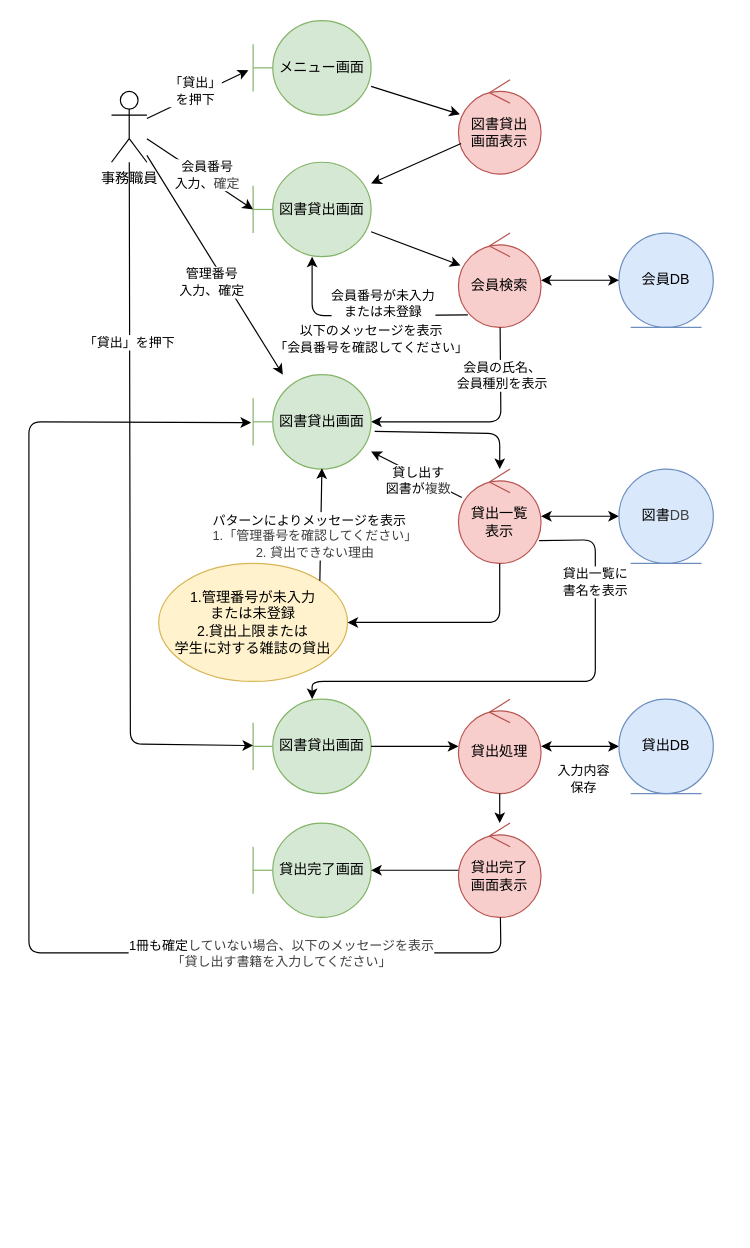
Earlier version of the draw.io diagram kouka2/analysis_rent.drawio (FujikawaHirono0520/group3_1_dogdog). Source tidied: cells renumbered, new cells numbered last; positions are measured from the earlier drawing's top-left corner, leaving out a move shared by most shapes. Both pictures are drawn from the tidied source at 118%, with x=0, y=0 at pixel (28, 20).
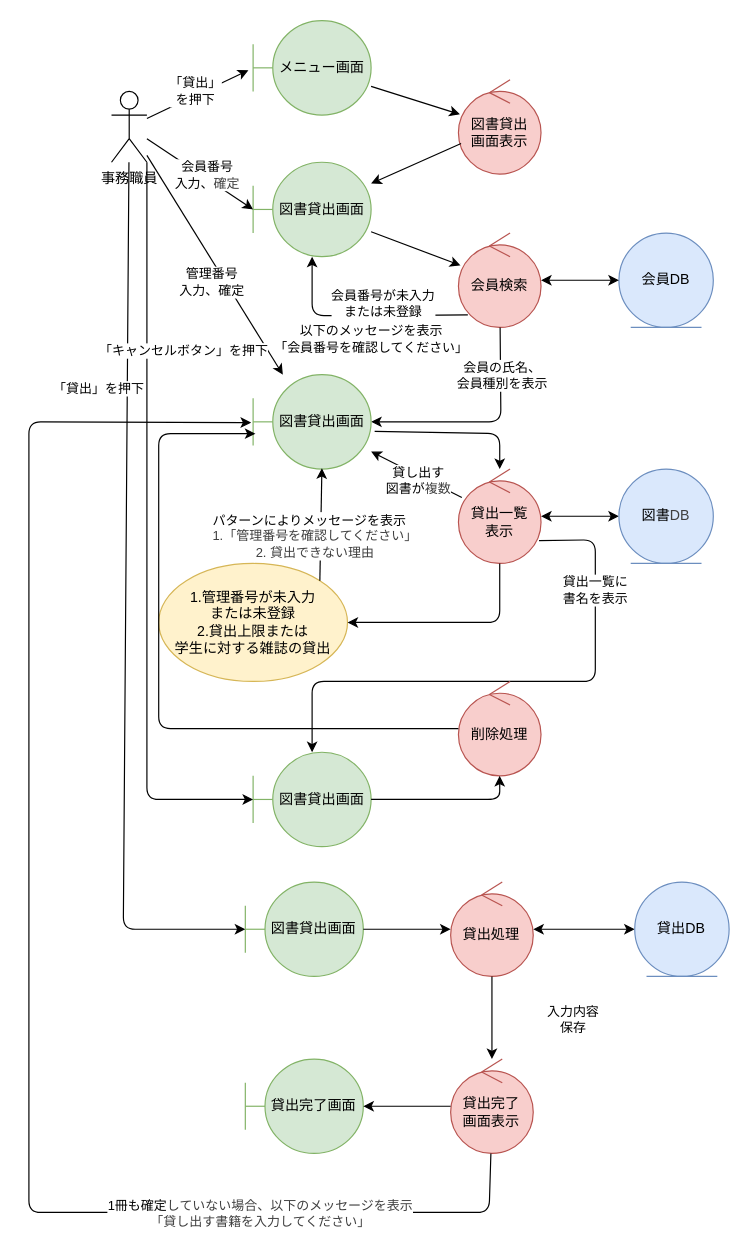
Above is the later version.

Commit message:
change analysis_rent

Unchanged cells that the change refers to:
```xml
<mxCell id="20" value="図書貸出画面" style="shape=umlBoundary;whiteSpace=wrap;html=1;fillColor=#d5e8d4;strokeColor=#82b366;" parent="1" vertex="1">
  <mxGeometry x="190" y="300" width="100" height="80" as="geometry" />
</mxCell>
<mxCell id="23" value="貸出一覧&lt;div&gt;表示&lt;/div&gt;" style="ellipse;shape=umlControl;whiteSpace=wrap;html=1;fillColor=#f8cecc;strokeColor=#b85450;" parent="1" vertex="1">
  <mxGeometry x="364" y="380" width="70" height="80" as="geometry" />
</mxCell>
<mxCell id="49" value="事務職員" style="shape=umlActor;verticalLabelPosition=bottom;verticalAlign=top;html=1;" parent="1" vertex="1">
  <mxGeometry x="70" y="60" width="30" height="60" as="geometry" />
</mxCell>
```

Change to the diagram source:
```diff
@@
     <mxCell id="26" value="図書貸出画面" style="shape=umlBoundary;whiteSpace=wrap;html=1;fillColor=#d5e8d4;strokeColor=#82b366;" parent="1" vertex="1">
-      <mxGeometry x="190" y="575" width="100" height="80" as="geometry" />
+      <mxGeometry x="183.4" y="730" width="100" height="80" as="geometry" />
     </mxCell>
-    <mxCell id="27" style="endArrow=classic;html=1;exitX=0.976;exitY=0.758;exitDx=0;exitDy=0;exitPerimeter=0;" parent="1" edge="1" source="23" target="26">
+    <mxCell id="27" style="endArrow=classic;html=1;exitX=0.976;exitY=0.758;exitDx=0;exitDy=0;exitPerimeter=0;" parent="1" edge="1" source="23" target="50">
       <mxGeometry relative="1" as="geometry">
         <Array as="points">
           <mxPoint x="480" y="440" />
           <mxPoint x="480" y="500" />
           <mxPoint x="480" y="560" />
           <mxPoint x="240" y="560" />
         </Array>
       </mxGeometry>
     </mxCell>
@@
     <mxCell id="29" value="貸出処理" style="ellipse;shape=umlControl;whiteSpace=wrap;html=1;fillColor=#f8cecc;strokeColor=#b85450;" parent="1" vertex="1">
-      <mxGeometry x="364" y="575" width="70" height="80" as="geometry" />
+      <mxGeometry x="357.4" y="730" width="70" height="80" as="geometry" />
     </mxCell>
@@
     <mxCell id="32" value="貸出完了画面" style="shape=umlBoundary;whiteSpace=wrap;html=1;fillColor=#d5e8d4;strokeColor=#82b366;" parent="1" vertex="1">
-      <mxGeometry x="190" y="680" width="100" height="80" as="geometry" />
+      <mxGeometry x="183.4" y="880" width="100" height="80" as="geometry" />
     </mxCell>
     <mxCell id="33" value="貸出完了&lt;div&gt;画面表示&lt;/div&gt;" style="ellipse;shape=umlControl;whiteSpace=wrap;html=1;fillColor=#f8cecc;strokeColor=#b85450;" parent="1" vertex="1">
-      <mxGeometry x="364" y="680" width="70" height="80" as="geometry" />
+      <mxGeometry x="357.4" y="880" width="70" height="80" as="geometry" />
     </mxCell>
@@
     <mxCell id="40" style="endArrow=classic;html=1;entryX=-0.017;entryY=0.508;entryDx=0;entryDy=0;entryPerimeter=0;" parent="1" edge="1" source="33" target="20">
       <mxGeometry relative="1" as="geometry">
         <Array as="points">
-          <mxPoint x="400" y="790" />
-          <mxPoint y="790" />
+          <mxPoint x="390" y="1010" />
+          <mxPoint y="1010" />
           <mxPoint y="340" />
         </Array>
       </mxGeometry>
     </mxCell>
@@
     <mxCell id="43" style="endArrow=classic;html=1;" parent="1" edge="1" source="49" target="26">
       <mxGeometry relative="1" as="geometry">
         <Array as="points">
-          <mxPoint x="86" y="613" />
+          <mxPoint x="80" y="770" />
         </Array>
       </mxGeometry>
     </mxCell>
     <mxCell id="44" value="「貸出」を押下" style="edgeLabel;html=1;align=center;verticalAlign=middle;" parent="43" vertex="1">
-      <mxGeometry x="-0.49" y="-1" relative="1" as="geometry" />
+      <mxGeometry x="-0.49" y="-1" relative="1" as="geometry">
+        <mxPoint x="-24" as="offset" />
+      </mxGeometry>
     </mxCell>
@@
     <mxCell id="48" value="貸出DB" style="ellipse;shape=umlEntity;whiteSpace=wrap;html=1;fillColor=#dae8fc;strokeColor=#6c8ebf;" parent="1" vertex="1">
-      <mxGeometry x="500" y="575" width="80" height="80" as="geometry" />
+      <mxGeometry x="513.4" y="730" width="80" height="80" as="geometry" />
     </mxCell>
@@
+    <mxCell id="50" value="図書貸出画面" style="shape=umlBoundary;whiteSpace=wrap;html=1;fillColor=#d5e8d4;strokeColor=#82b366;" parent="1" vertex="1">
+      <mxGeometry x="190" y="620" width="100" height="80" as="geometry" />
+    </mxCell>
+    <mxCell id="51" style="endArrow=classic;html=1;exitX=1;exitY=1;exitDx=0;exitDy=0;exitPerimeter=0;" parent="1" edge="1" source="49" target="50">
+      <mxGeometry relative="1" as="geometry">
+        <Array as="points">
+          <mxPoint x="100" y="660" />
+        </Array>
+      </mxGeometry>
+    </mxCell>
+    <mxCell id="52" value="「キャンセルボタン&lt;span style=&quot;background-color: light-dark(#ffffff, var(--ge-dark-color, #121212));&quot;&gt;」を押下&lt;/span&gt;" style="edgeLabel;html=1;align=center;verticalAlign=middle;" parent="51" vertex="1">
+      <mxGeometry x="-0.49" y="-1" relative="1" as="geometry">
+        <mxPoint x="31" y="-2" as="offset" />
+      </mxGeometry>
+    </mxCell>
+    <mxCell id="53" value="削除処理" style="ellipse;shape=umlControl;whiteSpace=wrap;html=1;fillColor=#f8cecc;strokeColor=#b85450;" parent="1" vertex="1">
+      <mxGeometry x="364" y="560" width="70" height="80" as="geometry" />
+    </mxCell>
+    <mxCell id="54" style="endArrow=classic;html=1;" parent="1" edge="1" source="50" target="53">
+      <mxGeometry relative="1" as="geometry">
+        <Array as="points">
+          <mxPoint x="399" y="660" />
+        </Array>
+      </mxGeometry>
+    </mxCell>
+    <mxCell id="55" style="endArrow=classic;html=1;" parent="1" edge="1" source="53">
+      <mxGeometry relative="1" as="geometry">
+        <mxPoint x="192" y="350" as="targetPoint" />
+        <Array as="points">
+          <mxPoint x="110" y="600" />
+          <mxPoint x="110" y="350" />
+        </Array>
+      </mxGeometry>
+    </mxCell>
```
